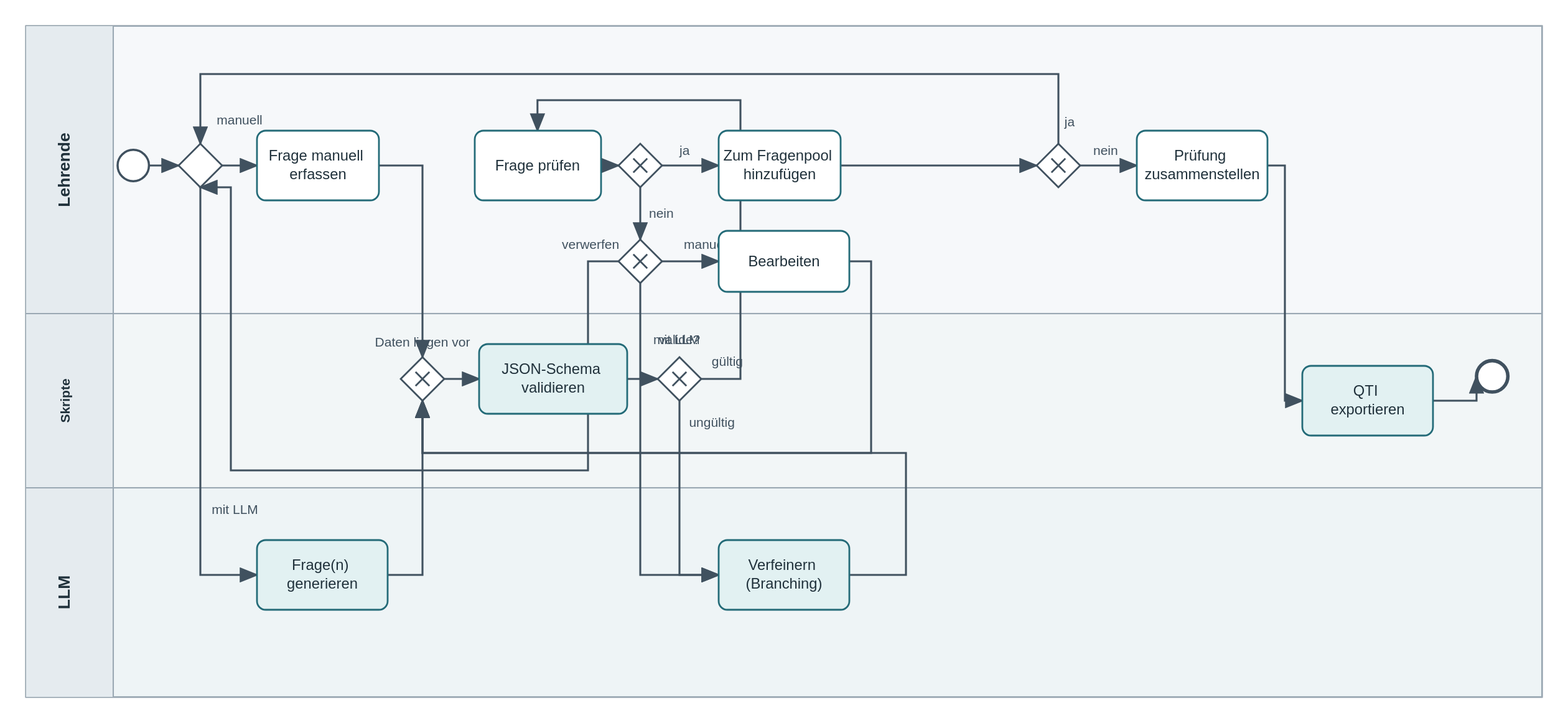
Above: assets/images/lena-process.svg in kllmanu/ba (BPMN), before the change. Its source is kept beside it as assets/lena-process.bpmn. Ids are renumbered.
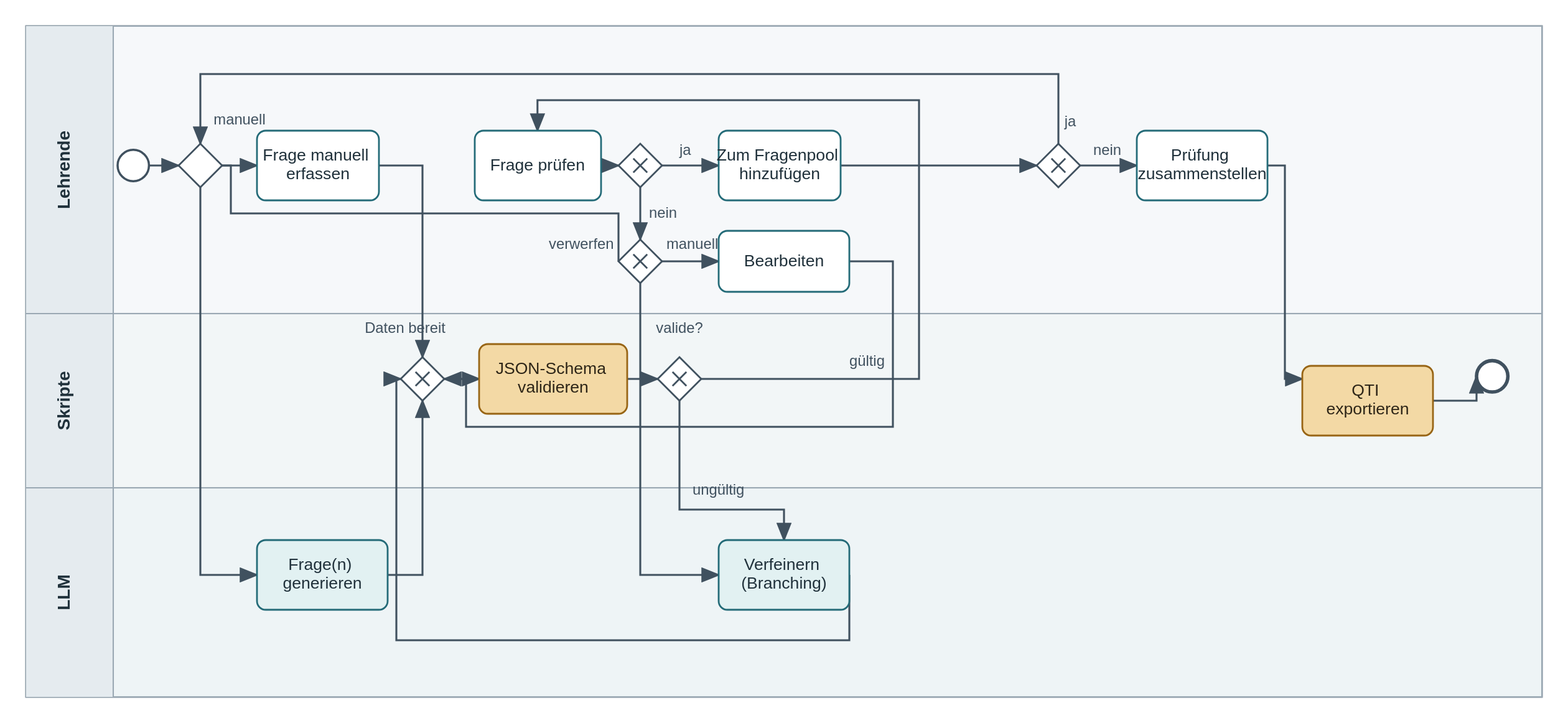
Above is the later version.

Commit message:
Update process modeling image in documentation to enhance clarity and resolution

What changed in the source:
```diff
@@ -35,10 +35,10 @@
             gatewayDirection="Diverging" />
         <bpmn:userTask id="UserTask_ManualCreate" name="Frage manuell erfassen" />
         <bpmn:serviceTask id="ServiceTask_LLMCreate" name="Frage(n) generieren" />
-        <bpmn:exclusiveGateway id="Gateway_Created" name="Daten liegen vor"
+        <bpmn:exclusiveGateway id="Gateway_Created" name="Daten bereit"
             gatewayDirection="Converging" />
         <bpmn:serviceTask id="ServiceTask_Validate" name="JSON-Schema validieren" />
-        <bpmn:exclusiveGateway id="Gateway_DataValid" name="Daten valide?"
+        <bpmn:exclusiveGateway id="Gateway_DataValid" name="Valide?"
             gatewayDirection="Diverging" />
         <bpmn:userTask id="UserTask_Review" name="Frage prüfen" />
         <bpmn:exclusiveGateway id="Gateway_Suitable" name="Geeignet?" gatewayDirection="Diverging" />
@@ -56,7 +56,7 @@
         <bpmn:sequenceFlow id="Flow_01" sourceRef="StartEvent_Start" targetRef="Gateway_Source" />
         <bpmn:sequenceFlow id="Flow_02" name="manuell" sourceRef="Gateway_Source"
             targetRef="UserTask_ManualCreate" />
-        <bpmn:sequenceFlow id="Flow_03" name="mit LLM" sourceRef="Gateway_Source"
+        <bpmn:sequenceFlow id="Flow_03" sourceRef="Gateway_Source"
             targetRef="ServiceTask_LLMCreate" />
         <bpmn:sequenceFlow id="Flow_04" sourceRef="UserTask_ManualCreate"
             targetRef="Gateway_Created" />
@@ -76,7 +76,7 @@
             targetRef="Gateway_Revise" />
         <bpmn:sequenceFlow id="Flow_13" name="manuell" sourceRef="Gateway_Revise"
             targetRef="UserTask_ManualEdit" />
-        <bpmn:sequenceFlow id="Flow_14" name="mit LLM" sourceRef="Gateway_Revise"
+        <bpmn:sequenceFlow id="Flow_14" sourceRef="Gateway_Revise"
             targetRef="ServiceTask_LLMRevise" />
         <bpmn:sequenceFlow id="Flow_15" name="verwerfen" sourceRef="Gateway_Revise"
             targetRef="Gateway_Source" />
@@ -120,6 +120,9 @@
             <bpmndi:BPMNShape id="Shape_Created" bpmnElement="Gateway_Created"
                 isMarkerVisible="true">
                 <dc:Bounds x="460" y="410" width="50" height="50" />
+                <bpmndi:BPMNLabel>
+                    <dc:Bounds x="390" y="372" width="150" height="24" />
+                </bpmndi:BPMNLabel>
             </bpmndi:BPMNShape>
             <bpmndi:BPMNShape id="Shape_Validate" bpmnElement="ServiceTask_Validate">
                 <dc:Bounds x="550" y="395" width="170" height="80" />
@@ -127,6 +130,9 @@
             <bpmndi:BPMNShape id="Shape_DataValid" bpmnElement="Gateway_DataValid"
                 isMarkerVisible="true">
                 <dc:Bounds x="755" y="410" width="50" height="50" />
+                <bpmndi:BPMNLabel>
+                    <dc:Bounds x="745" y="372" width="70" height="24" />
+                </bpmndi:BPMNLabel>
             </bpmndi:BPMNShape>
             <bpmndi:BPMNShape id="Shape_Review" bpmnElement="UserTask_Review">
                 <dc:Bounds x="545" y="150" width="145" height="80" />
@@ -193,15 +199,16 @@
             </bpmndi:BPMNEdge>
             <bpmndi:BPMNEdge id="Edge_08" bpmnElement="Flow_08">
                 <di:waypoint x="805" y="435" />
-                <di:waypoint x="850" y="435" />
-                <di:waypoint x="850" y="115" />
+                <di:waypoint x="1055" y="435" />
+                <di:waypoint x="1055" y="115" />
                 <di:waypoint x="617" y="115" />
                 <di:waypoint x="617" y="150" />
             </bpmndi:BPMNEdge>
             <bpmndi:BPMNEdge id="Edge_09" bpmnElement="Flow_09">
                 <di:waypoint x="780" y="460" />
-                <di:waypoint x="780" y="660" />
-                <di:waypoint x="825" y="660" />
+                <di:waypoint x="780" y="585" />
+                <di:waypoint x="975" y="585" />
+                <di:waypoint x="975" y="620" />
             </bpmndi:BPMNEdge>
             <bpmndi:BPMNEdge id="Edge_10" bpmnElement="Flow_10">
                 <di:waypoint x="690" y="190" />
@@ -226,25 +233,25 @@
             </bpmndi:BPMNEdge>
             <bpmndi:BPMNEdge id="Edge_15" bpmnElement="Flow_15">
                 <di:waypoint x="710" y="300" />
-                <di:waypoint x="675" y="300" />
-                <di:waypoint x="675" y="540" />
-                <di:waypoint x="265" y="540" />
-                <di:waypoint x="265" y="215" />
-                <di:waypoint x="230" y="215" />
+                <di:waypoint x="710" y="245" />
+                <di:waypoint x="265" y="245" />
+                <di:waypoint x="265" y="190" />
+                <di:waypoint x="205" y="190" />
             </bpmndi:BPMNEdge>
             <bpmndi:BPMNEdge id="Edge_16" bpmnElement="Flow_16">
                 <di:waypoint x="975" y="300" />
-                <di:waypoint x="1000" y="300" />
-                <di:waypoint x="1000" y="520" />
-                <di:waypoint x="485" y="520" />
-                <di:waypoint x="485" y="460" />
+                <di:waypoint x="1025" y="300" />
+                <di:waypoint x="1025" y="490" />
+                <di:waypoint x="535" y="490" />
+                <di:waypoint x="535" y="435" />
+                <di:waypoint x="510" y="435" />
             </bpmndi:BPMNEdge>
             <bpmndi:BPMNEdge id="Edge_17" bpmnElement="Flow_17">
                 <di:waypoint x="975" y="660" />
-                <di:waypoint x="1040" y="660" />
-                <di:waypoint x="1040" y="520" />
-                <di:waypoint x="485" y="520" />
-                <di:waypoint x="485" y="460" />
+                <di:waypoint x="975" y="735" />
+                <di:waypoint x="455" y="735" />
+                <di:waypoint x="455" y="435" />
+                <di:waypoint x="460" y="435" />
             </bpmndi:BPMNEdge>
             <bpmndi:BPMNEdge id="Edge_18" bpmnElement="Flow_18">
                 <di:waypoint x="965" y="190" />
@@ -263,8 +270,8 @@
             <bpmndi:BPMNEdge id="Edge_21" bpmnElement="Flow_21">
                 <di:waypoint x="1455" y="190" />
                 <di:waypoint x="1475" y="190" />
-                <di:waypoint x="1475" y="460" />
-                <di:waypoint x="1495" y="460" />
+                <di:waypoint x="1475" y="435" />
+                <di:waypoint x="1495" y="435" />
             </bpmndi:BPMNEdge>
             <bpmndi:BPMNEdge id="Edge_22" bpmnElement="Flow_22">
                 <di:waypoint x="1645" y="460" />
```
